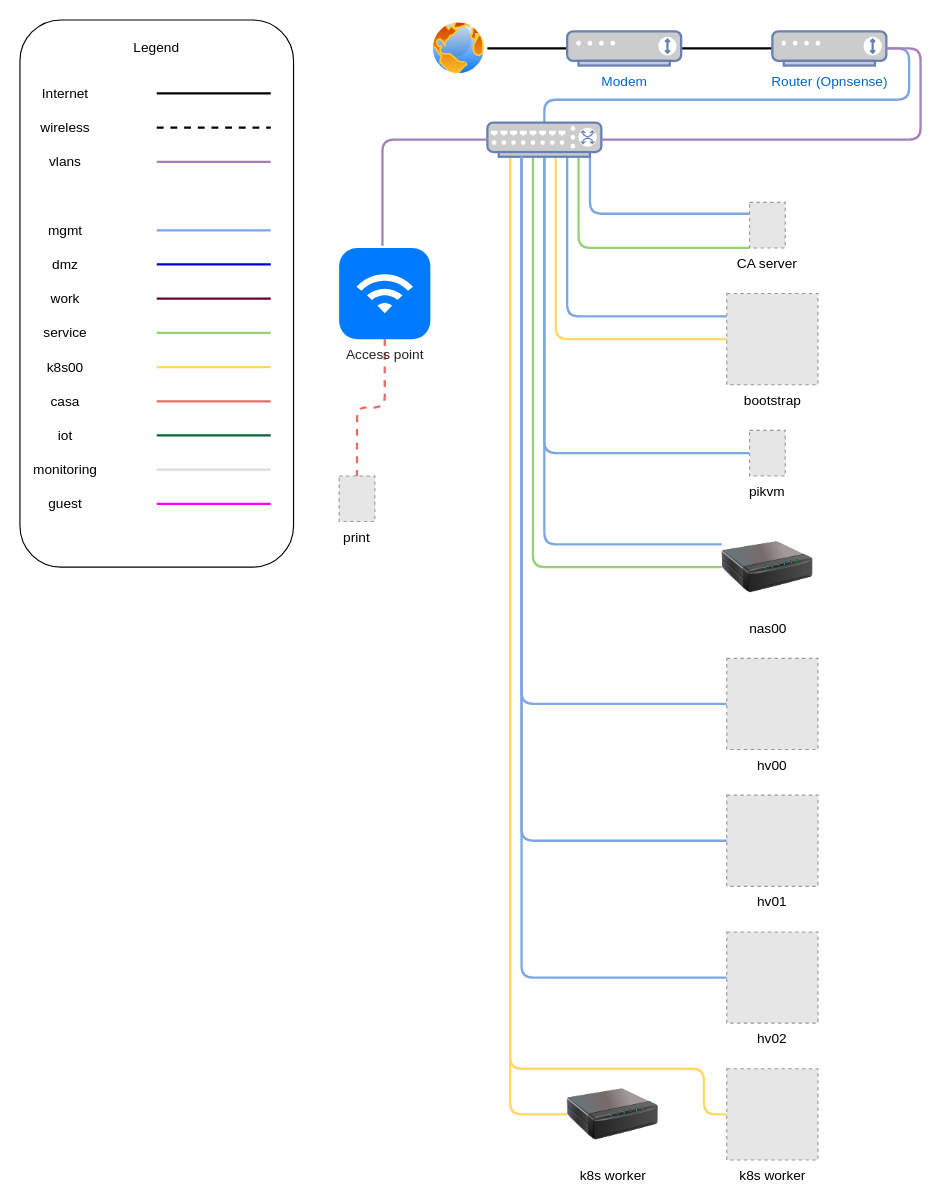
The draw.io diagram assets/topology.drawio in Enoxime/homelab, before the edit. Source tidied: cells renumbered, new cells numbered last; positions are measured from the earlier drawing's top-left corner, leaving out a move shared by most shapes. Both pictures are drawn from the tidied source at 114%, with x=0, y=0 at pixel (19, 19). Pictures stored in the file or linked from it are replaced by grey dashed boxes.
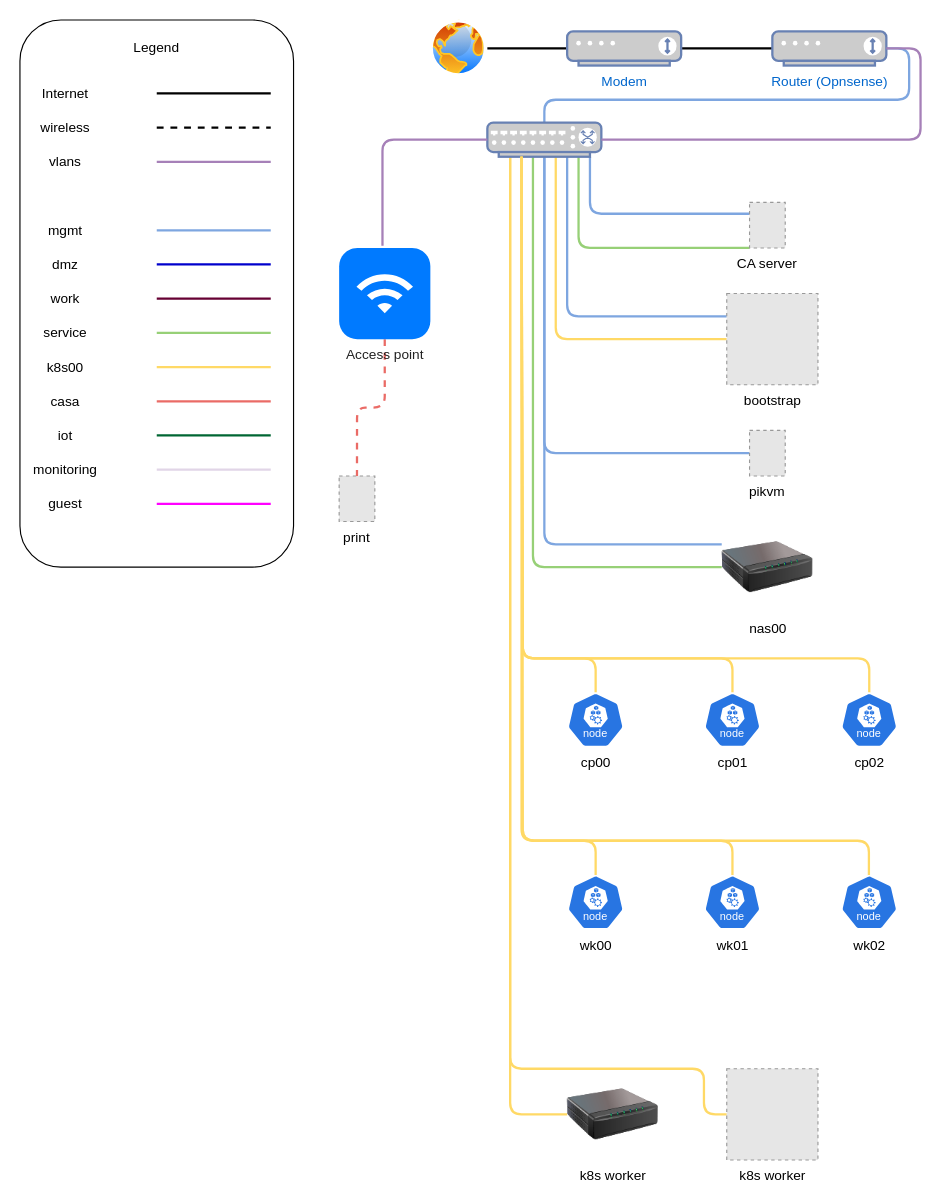
After the change.

Unchanged cells that the change refers to:
```xml
<mxCell id="18" style="fontColor=#0066CC;verticalAlign=top;verticalLabelPosition=bottom;labelPosition=center;align=center;html=1;outlineConnect=0;fillColor=#CCCCCC;strokeColor=#6881B3;gradientColor=none;gradientDirection=north;strokeWidth=2;shape=mxgraph.networks.switch;" parent="1" vertex="1">
  <mxGeometry x="410" y="90" width="100" height="30" as="geometry" />
</mxCell>
```

What changed in the source:
```diff
@@
-    <mxCell id="15" style="edgeStyle=orthogonalEdgeStyle;rounded=1;jettySize=auto;html=1;entryX=0;entryY=0.5;entryDx=0;entryDy=0;curved=0;strokeColor=#7EA6E0;strokeWidth=2;endArrow=none;startFill=0;" parent="1" edge="1" source="18" target="33">
-      <mxGeometry relative="1" as="geometry">
-        <Array as="points">
-          <mxPoint x="440" y="600" />
-        </Array>
-      </mxGeometry>
-    </mxCell>
@@
-    <mxCell id="31" value="hv02" style="fillColor=#E6E6E6;strokeColor=#999999;dashed=1;verticalLabelPosition=bottom;labelBackgroundColor=default;verticalAlign=top;" parent="1" vertex="1">
-      <mxGeometry x="620" y="800" width="80" height="80" as="geometry" />
-    </mxCell>
-    <mxCell id="32" value="hv01" style="fillColor=#E6E6E6;strokeColor=#999999;dashed=1;verticalLabelPosition=bottom;labelBackgroundColor=default;verticalAlign=top;" parent="1" vertex="1">
-      <mxGeometry x="620" y="680" width="80" height="80" as="geometry" />
-    </mxCell>
-    <mxCell id="33" value="hv00" style="fillColor=#E6E6E6;strokeColor=#999999;dashed=1;verticalLabelPosition=bottom;labelBackgroundColor=default;verticalAlign=top;" parent="1" vertex="1">
-      <mxGeometry x="620" y="560" width="80" height="80" as="geometry" />
-    </mxCell>
@@
-    <mxCell id="35" style="edgeStyle=orthogonalEdgeStyle;rounded=1;jettySize=auto;html=1;entryX=0;entryY=0.5;entryDx=0;entryDy=0;curved=0;strokeColor=#7EA6E0;strokeWidth=2;endArrow=none;startFill=0;" parent="1" edge="1" source="18" target="32">
-      <mxGeometry relative="1" as="geometry">
-        <Array as="points">
-          <mxPoint x="440" y="720" />
-        </Array>
-      </mxGeometry>
-    </mxCell>
-    <mxCell id="36" style="edgeStyle=orthogonalEdgeStyle;rounded=1;jettySize=auto;html=1;entryX=0;entryY=0.5;entryDx=0;entryDy=0;curved=0;strokeColor=#7EA6E0;strokeWidth=2;endArrow=none;startFill=0;" parent="1" edge="1" source="18" target="31">
+    <mxCell id="36" style="edgeStyle=orthogonalEdgeStyle;rounded=1;jettySize=auto;html=1;curved=0;strokeColor=#FFD966;strokeWidth=2;endArrow=none;startFill=0;entryX=0.494;entryY=0.195;entryDx=0;entryDy=0;entryPerimeter=0;" parent="1" edge="1" source="18" target="81">
       <mxGeometry relative="1" as="geometry">
         <Array as="points">
-          <mxPoint x="440" y="840" />
+          <mxPoint x="440" y="720" />
+          <mxPoint x="745" y="720" />
         </Array>
       </mxGeometry>
     </mxCell>
@@
+    <mxCell id="71" style="edgeStyle=orthogonalEdgeStyle;rounded=1;jettySize=auto;html=1;exitX=0.5;exitY=0;exitDx=0;exitDy=0;exitPerimeter=0;strokeColor=#FFD966;curved=0;strokeWidth=2;endArrow=none;endFill=0;" parent="1" edge="1" source="72">
+      <mxGeometry relative="1" as="geometry">
+        <mxPoint x="440" y="120" as="targetPoint" />
+        <Array as="points">
+          <mxPoint x="505" y="560" />
+          <mxPoint x="441" y="560" />
+        </Array>
+      </mxGeometry>
+    </mxCell>
+    <mxCell id="72" value="cp00" style="sketch=0;html=1;dashed=0;whitespace=wrap;verticalLabelPosition=bottom;verticalAlign=top;fillColor=#2875E2;strokeColor=#ffffff;points=[[0.005,0.63,0],[0.1,0.2,0],[0.9,0.2,0],[0.5,0,0],[0.995,0.63,0],[0.72,0.99,0],[0.5,1,0],[0.28,0.99,0]];shape=mxgraph.kubernetes.icon2;kubernetesLabel=1;prIcon=node;" parent="1" vertex="1">
+      <mxGeometry x="480" y="590" width="50" height="48" as="geometry" />
+    </mxCell>
+    <mxCell id="73" style="edgeStyle=orthogonalEdgeStyle;rounded=1;jettySize=auto;html=1;exitX=0.5;exitY=0;exitDx=0;exitDy=0;exitPerimeter=0;strokeColor=#FFD966;curved=0;strokeWidth=2;endArrow=none;endFill=0;" parent="1" edge="1" source="74">
+      <mxGeometry relative="1" as="geometry">
+        <mxPoint x="440" y="120" as="targetPoint" />
+        <Array as="points">
+          <mxPoint x="625" y="560" />
+          <mxPoint x="441" y="560" />
+        </Array>
+      </mxGeometry>
+    </mxCell>
+    <mxCell id="74" value="cp01" style="sketch=0;html=1;dashed=0;whitespace=wrap;verticalLabelPosition=bottom;verticalAlign=top;fillColor=#2875E2;strokeColor=#ffffff;points=[[0.005,0.63,0],[0.1,0.2,0],[0.9,0.2,0],[0.5,0,0],[0.995,0.63,0],[0.72,0.99,0],[0.5,1,0],[0.28,0.99,0]];shape=mxgraph.kubernetes.icon2;kubernetesLabel=1;prIcon=node;" parent="1" vertex="1">
+      <mxGeometry x="600" y="590" width="50" height="48" as="geometry" />
+    </mxCell>
+    <mxCell id="75" style="edgeStyle=orthogonalEdgeStyle;rounded=1;jettySize=auto;html=1;exitX=0.5;exitY=0;exitDx=0;exitDy=0;exitPerimeter=0;strokeColor=#FFD966;strokeWidth=2;curved=0;endArrow=none;endFill=0;" parent="1" edge="1" source="76">
+      <mxGeometry relative="1" as="geometry">
+        <mxPoint x="440" y="120" as="targetPoint" />
+        <Array as="points">
+          <mxPoint x="745" y="560" />
+          <mxPoint x="441" y="560" />
+        </Array>
+      </mxGeometry>
+    </mxCell>
+    <mxCell id="76" value="cp02" style="sketch=0;html=1;dashed=0;whitespace=wrap;verticalLabelPosition=bottom;verticalAlign=top;fillColor=#2875E2;strokeColor=#ffffff;points=[[0.005,0.63,0],[0.1,0.2,0],[0.9,0.2,0],[0.5,0,0],[0.995,0.63,0],[0.72,0.99,0],[0.5,1,0],[0.28,0.99,0]];shape=mxgraph.kubernetes.icon2;kubernetesLabel=1;prIcon=node;" parent="1" vertex="1">
+      <mxGeometry x="720" y="590" width="50" height="48" as="geometry" />
+    </mxCell>
+    <mxCell id="77" style="edgeStyle=orthogonalEdgeStyle;rounded=1;jettySize=auto;html=1;exitX=0.5;exitY=0;exitDx=0;exitDy=0;exitPerimeter=0;curved=0;strokeColor=#FFD966;strokeWidth=2;endArrow=none;endFill=0;" parent="1" edge="1" source="78">
+      <mxGeometry relative="1" as="geometry">
+        <mxPoint x="440" y="120" as="targetPoint" />
+        <Array as="points">
+          <mxPoint x="505" y="720" />
+          <mxPoint x="441" y="720" />
+        </Array>
+      </mxGeometry>
+    </mxCell>
+    <mxCell id="78" value="wk00" style="sketch=0;html=1;dashed=0;whitespace=wrap;verticalLabelPosition=bottom;verticalAlign=top;fillColor=#2875E2;strokeColor=#ffffff;points=[[0.005,0.63,0],[0.1,0.2,0],[0.9,0.2,0],[0.5,0,0],[0.995,0.63,0],[0.72,0.99,0],[0.5,1,0],[0.28,0.99,0]];shape=mxgraph.kubernetes.icon2;kubernetesLabel=1;prIcon=node;" parent="1" vertex="1">
+      <mxGeometry x="480" y="750" width="50" height="48" as="geometry" />
+    </mxCell>
+    <mxCell id="79" style="edgeStyle=orthogonalEdgeStyle;rounded=1;jettySize=auto;html=1;exitX=0.5;exitY=0;exitDx=0;exitDy=0;exitPerimeter=0;strokeColor=#FFD966;strokeWidth=2;endArrow=none;endFill=0;curved=0;" parent="1" edge="1" source="80">
+      <mxGeometry relative="1" as="geometry">
+        <mxPoint x="440" y="120" as="targetPoint" />
+        <Array as="points">
+          <mxPoint x="625" y="720" />
+          <mxPoint x="441" y="720" />
+        </Array>
+      </mxGeometry>
+    </mxCell>
+    <mxCell id="80" value="wk01" style="sketch=0;html=1;dashed=0;whitespace=wrap;verticalLabelPosition=bottom;verticalAlign=top;fillColor=#2875E2;strokeColor=#ffffff;points=[[0.005,0.63,0],[0.1,0.2,0],[0.9,0.2,0],[0.5,0,0],[0.995,0.63,0],[0.72,0.99,0],[0.5,1,0],[0.28,0.99,0]];shape=mxgraph.kubernetes.icon2;kubernetesLabel=1;prIcon=node;" parent="1" vertex="1">
+      <mxGeometry x="600" y="750" width="50" height="48" as="geometry" />
+    </mxCell>
+    <mxCell id="81" value="wk02" style="sketch=0;html=1;dashed=0;whitespace=wrap;verticalLabelPosition=bottom;verticalAlign=top;fillColor=#2875E2;strokeColor=#ffffff;points=[[0.005,0.63,0],[0.1,0.2,0],[0.9,0.2,0],[0.5,0,0],[0.995,0.63,0],[0.72,0.99,0],[0.5,1,0],[0.28,0.99,0]];shape=mxgraph.kubernetes.icon2;kubernetesLabel=1;prIcon=node;" parent="1" vertex="1">
+      <mxGeometry x="720" y="750" width="50" height="48" as="geometry" />
+    </mxCell>
```
